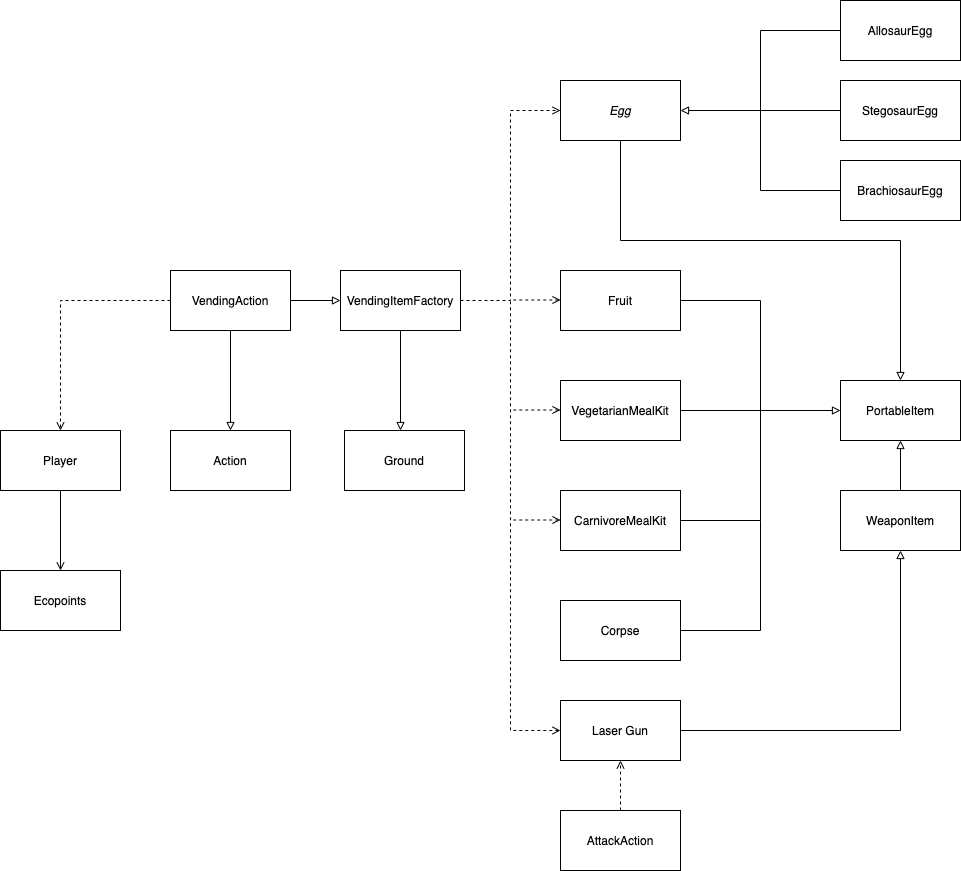
Before: docs/FIT2099_A1_UML_ItemsVendingMachine.png, a diagram exported from draw.io (Nochl/Jurrasic_Park_Sim). Source tidied: cells renumbered, new cells last; positions are measured from the earlier drawing's top-left corner, leaving out a move shared by most shapes.
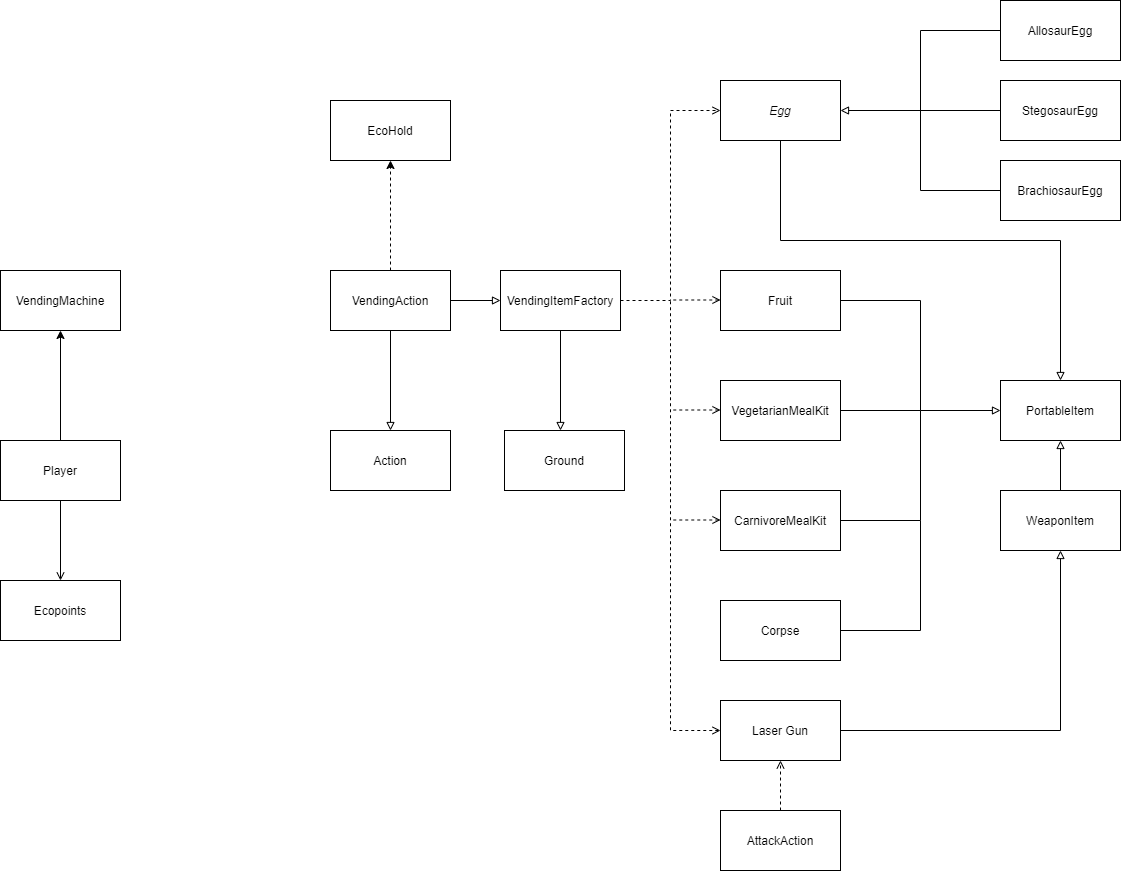
The same diagram one commit later.

Change to the diagram source:
```diff
@@ -56,11 +56,9 @@
     <mxCell id="14" style="edgeStyle=orthogonalEdgeStyle;rounded=0;jettySize=auto;html=1;exitX=1;exitY=0.5;exitDx=0;exitDy=0;entryX=0;entryY=0.5;entryDx=0;entryDy=0;endArrow=block;endFill=0;" parent="1" edge="1" source="16" target="23">
       <mxGeometry relative="1" as="geometry" />
     </mxCell>
-    <mxCell id="15" style="edgeStyle=orthogonalEdgeStyle;rounded=0;jettySize=auto;html=1;exitX=0;exitY=0.5;exitDx=0;exitDy=0;startArrow=none;startFill=0;endArrow=open;endFill=0;dashed=1;" parent="1" edge="1" source="16">
-      <mxGeometry relative="1" as="geometry">
-        <mxPoint x="60" y="430" as="targetPoint" />
-      </mxGeometry>
-    </mxCell>
+    <mxCell id="41" style="edgeStyle=orthogonalEdgeStyle;rounded=0;jettySize=auto;html=1;entryX=0.5;entryY=1;entryDx=0;entryDy=0;dashed=1;" parent="1" edge="1" source="16" target="44">
+      <mxGeometry relative="1" as="geometry" />
+    </mxCell>
     <mxCell id="16" value="VendingAction" style="whiteSpace=wrap;html=1;" parent="1" vertex="1">
       <mxGeometry x="170" y="270" width="120" height="60" as="geometry" />
     </mxCell>
@@ -113,8 +111,11 @@
     <mxCell id="27" style="edgeStyle=orthogonalEdgeStyle;rounded=0;jettySize=auto;html=1;entryX=0.5;entryY=0;entryDx=0;entryDy=0;endArrow=open;endFill=0;" parent="1" edge="1" source="28" target="40">
       <mxGeometry relative="1" as="geometry" />
     </mxCell>
+    <mxCell id="42" style="edgeStyle=orthogonalEdgeStyle;rounded=0;jettySize=auto;html=1;exitX=0.5;exitY=0;exitDx=0;exitDy=0;entryX=0.5;entryY=1;entryDx=0;entryDy=0;" parent="1" edge="1" source="28" target="43">
+      <mxGeometry relative="1" as="geometry" />
+    </mxCell>
     <mxCell id="28" value="Player" style="whiteSpace=wrap;html=1;" parent="1" vertex="1">
-      <mxGeometry y="430" width="120" height="60" as="geometry" />
+      <mxGeometry x="-160" y="440" width="120" height="60" as="geometry" />
     </mxCell>
     <mxCell id="29" value="Ground" style="whiteSpace=wrap;html=1;" parent="1" vertex="1">
       <mxGeometry x="344" y="430" width="120" height="60" as="geometry" />
@@ -156,7 +157,13 @@
       <mxGeometry x="560" y="810" width="120" height="60" as="geometry" />
     </mxCell>
     <mxCell id="40" value="Ecopoints" style="whiteSpace=wrap;html=1;" parent="1" vertex="1">
-      <mxGeometry y="570" width="120" height="60" as="geometry" />
+      <mxGeometry x="-160" y="580" width="120" height="60" as="geometry" />
     </mxCell>
+    <mxCell id="43" value="VendingMachine" style="whiteSpace=wrap;html=1;" parent="1" vertex="1">
+      <mxGeometry x="-160" y="270" width="120" height="60" as="geometry" />
+    </mxCell>
+    <mxCell id="44" value="EcoHold" style="whiteSpace=wrap;html=1;" parent="1" vertex="1">
+      <mxGeometry x="170" y="100" width="120" height="60" as="geometry" />
+    </mxCell>
   </root>
 </mxGraphModel>
```
